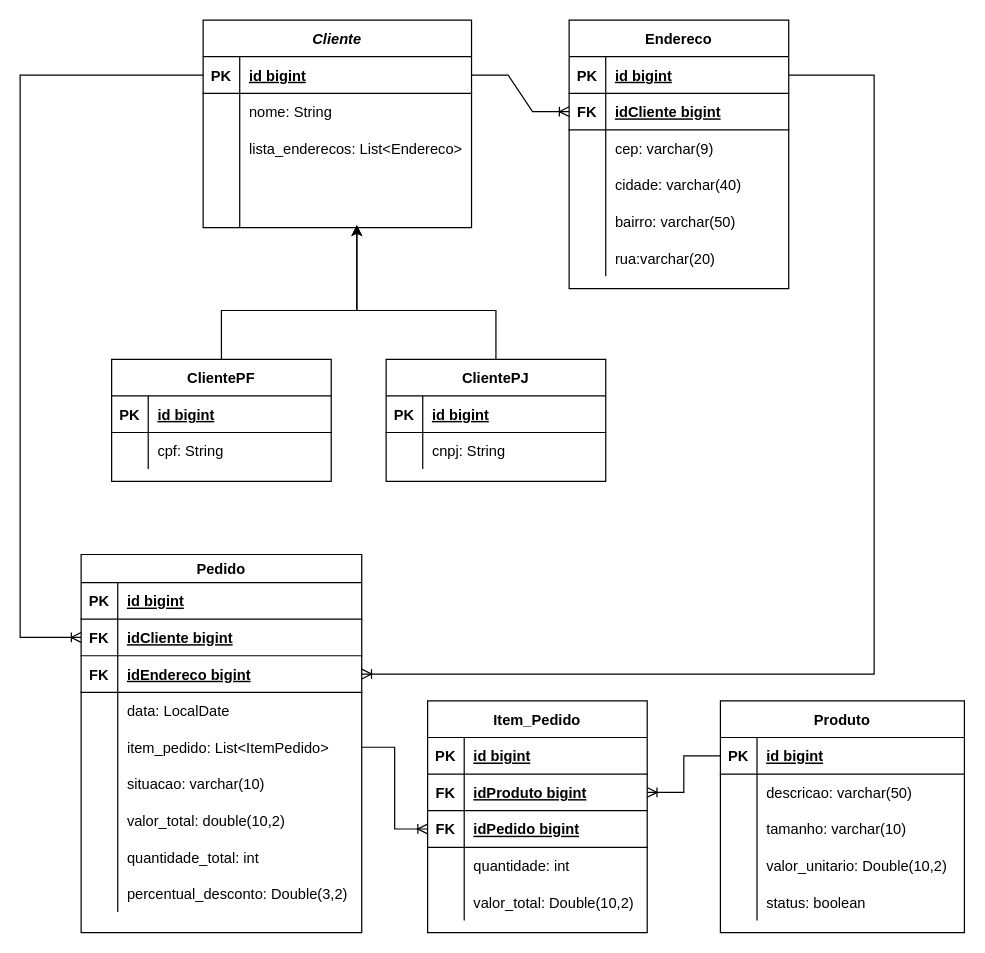
This is outros-documentos/mer_atualizado.drawio from ambrosiaandrade/proway-vissemodas, a draw.io file, before an edit. Source tidied: cells renumbered, new cells numbered last; positions are measured from the earlier drawing's top-left corner, leaving out a move shared by most shapes. Both pictures are drawn from the tidied source at 122%, with x=0, y=0 at pixel (20, 20).
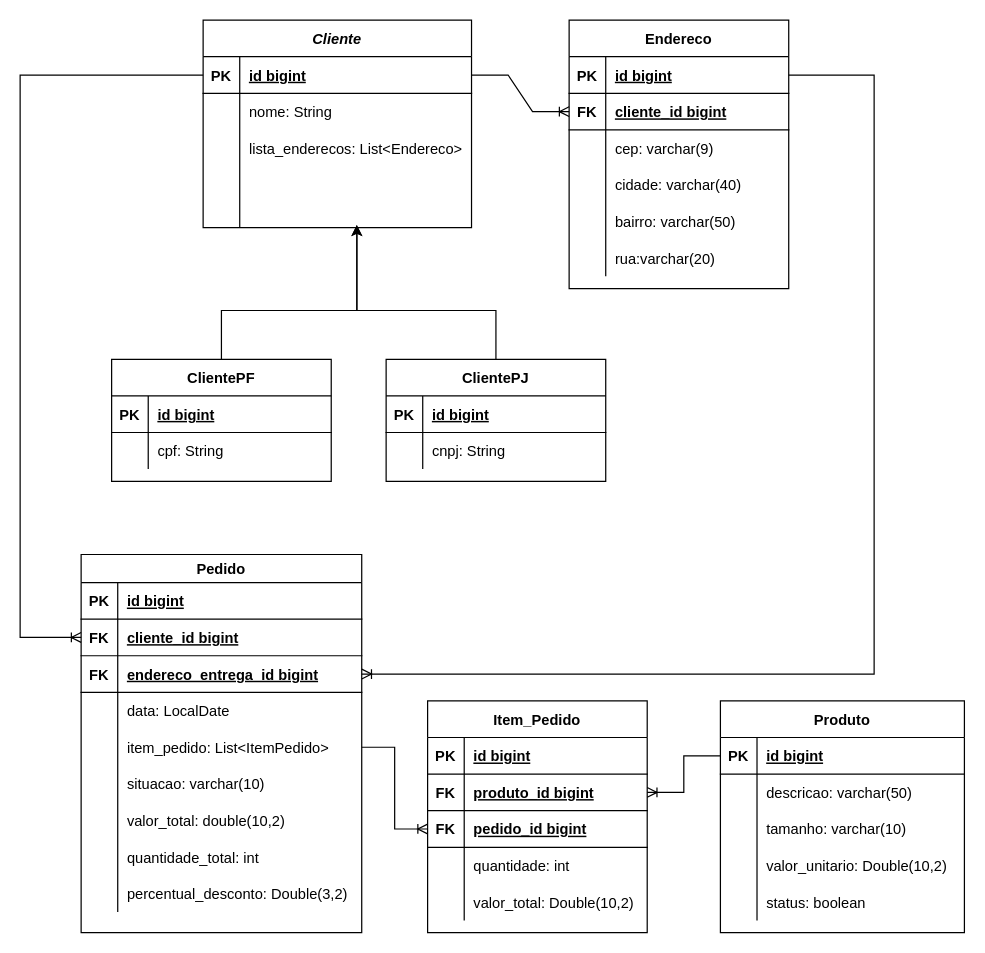
Above is the later version.

Unchanged cells that the change refers to:
```xml
<mxCell id="22" style="shape=partialRectangle;fillColor=none;top=0;left=0;bottom=1;right=0;points=[[0,0.5],[1,0.5]];portConstraint=eastwest;" parent="18" vertex="1">
  <mxGeometry y="53" width="230" height="30" as="geometry" />
</mxCell>
<mxCell id="25" style="shape=partialRectangle;fillColor=none;top=0;left=0;bottom=1;right=0;points=[[0,0.5],[1,0.5]];portConstraint=eastwest;" parent="18" vertex="1">
  <mxGeometry y="83" width="230" height="30" as="geometry" />
</mxCell>
<mxCell id="50" style="shape=partialRectangle;fillColor=none;top=0;left=0;bottom=1;right=0;points=[[0,0.5],[1,0.5]];portConstraint=eastwest;" parent="46" vertex="1">
  <mxGeometry y="60" width="180" height="30" as="geometry" />
</mxCell>
<mxCell id="53" style="shape=partialRectangle;fillColor=none;top=0;left=0;bottom=1;right=0;points=[[0,0.5],[1,0.5]];portConstraint=eastwest;" parent="46" vertex="1">
  <mxGeometry y="90" width="180" height="30" as="geometry" />
</mxCell>
<mxCell id="66" style="shape=partialRectangle;fillColor=none;top=0;left=0;bottom=1;right=0;points=[[0,0.5],[1,0.5]];portConstraint=eastwest;" parent="62" vertex="1">
  <mxGeometry y="60" width="180" height="30" as="geometry" />
</mxCell>
```

Change to the diagram source:
```diff
@@
-    <mxCell id="24" value="idCliente bigint" style="shape=partialRectangle;fillColor=none;top=0;left=0;bottom=0;right=0;align=left;spacingLeft=6;fontStyle=5;overflow=hidden;" parent="22" vertex="1">
+    <mxCell id="24" value="cliente_id bigint" style="shape=partialRectangle;fillColor=none;top=0;left=0;bottom=0;right=0;align=left;spacingLeft=6;fontStyle=5;overflow=hidden;" parent="22" vertex="1">
       <mxGeometry x="30" width="200" height="30" as="geometry" />
     </mxCell>
@@
-    <mxCell id="27" value="idEndereco bigint" style="shape=partialRectangle;fillColor=none;top=0;left=0;bottom=0;right=0;align=left;spacingLeft=6;fontStyle=5;overflow=hidden;" parent="25" vertex="1">
+    <mxCell id="27" value="endereco_entrega_id bigint" style="shape=partialRectangle;fillColor=none;top=0;left=0;bottom=0;right=0;align=left;spacingLeft=6;fontStyle=5;overflow=hidden;" parent="25" vertex="1">
       <mxGeometry x="30" width="200" height="30" as="geometry" />
     </mxCell>
@@
-    <mxCell id="52" value="idProduto bigint" style="shape=partialRectangle;fillColor=none;top=0;left=0;bottom=0;right=0;align=left;spacingLeft=6;fontStyle=5;overflow=hidden;" parent="50" vertex="1">
+    <mxCell id="52" value="produto_id bigint" style="shape=partialRectangle;fillColor=none;top=0;left=0;bottom=0;right=0;align=left;spacingLeft=6;fontStyle=5;overflow=hidden;" parent="50" vertex="1">
       <mxGeometry x="30" width="150" height="30" as="geometry" />
     </mxCell>
@@
-    <mxCell id="55" value="idPedido bigint" style="shape=partialRectangle;fillColor=none;top=0;left=0;bottom=0;right=0;align=left;spacingLeft=6;fontStyle=5;overflow=hidden;" parent="53" vertex="1">
+    <mxCell id="55" value="pedido_id bigint" style="shape=partialRectangle;fillColor=none;top=0;left=0;bottom=0;right=0;align=left;spacingLeft=6;fontStyle=5;overflow=hidden;" parent="53" vertex="1">
       <mxGeometry x="30" width="150" height="30" as="geometry" />
     </mxCell>
@@
-    <mxCell id="68" value="idCliente bigint" style="shape=partialRectangle;fillColor=none;top=0;left=0;bottom=0;right=0;align=left;spacingLeft=6;fontStyle=5;overflow=hidden;" parent="66" vertex="1">
+    <mxCell id="68" value="cliente_id bigint" style="shape=partialRectangle;fillColor=none;top=0;left=0;bottom=0;right=0;align=left;spacingLeft=6;fontStyle=5;overflow=hidden;" parent="66" vertex="1">
       <mxGeometry x="30" width="150" height="30" as="geometry" />
     </mxCell>
```
